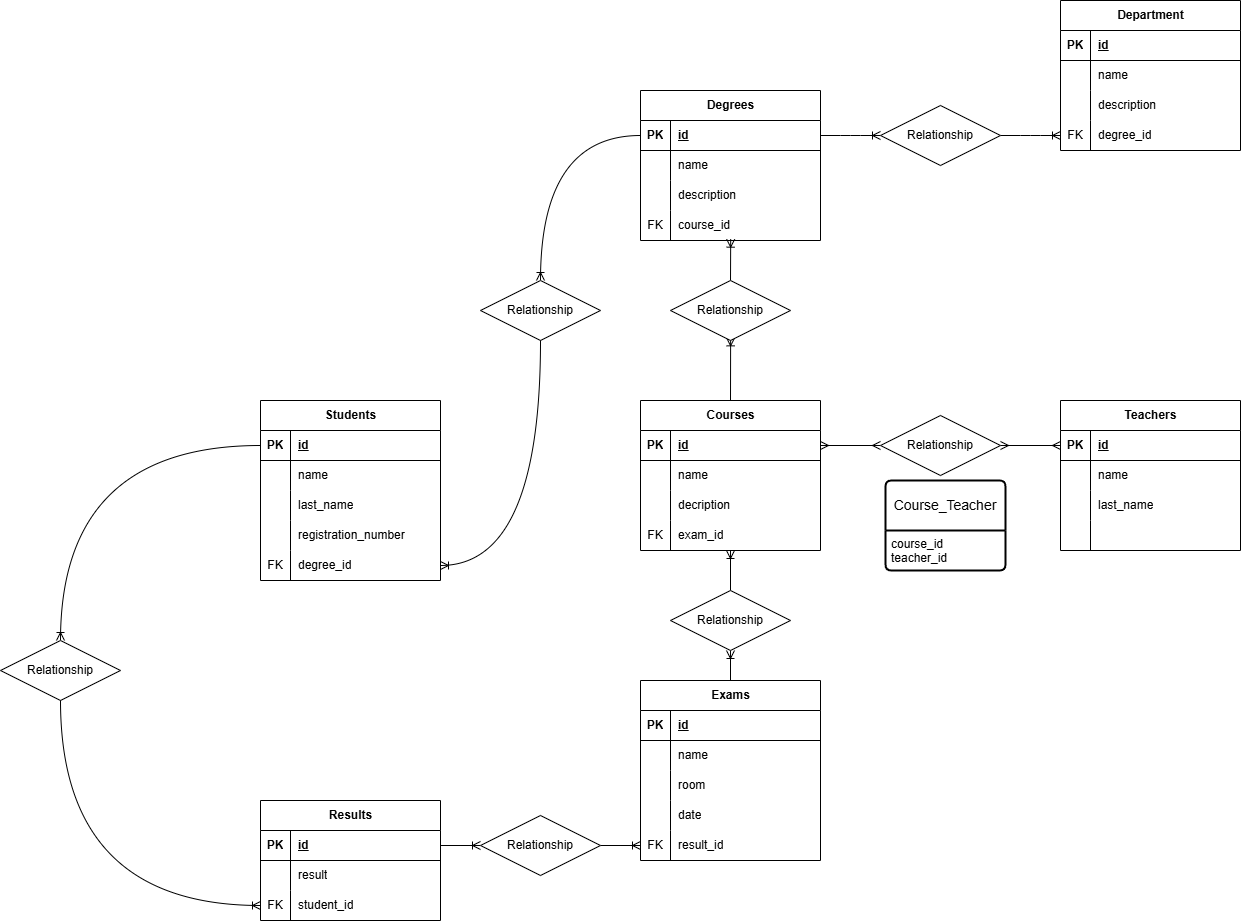
The draw.io diagram Diagram.png in Mattia-Giacobelli/db-university, before a commit. Source tidied: cells renumbered, new cells last; positions are measured from the earlier drawing's top-left corner, leaving out a move shared by most shapes.
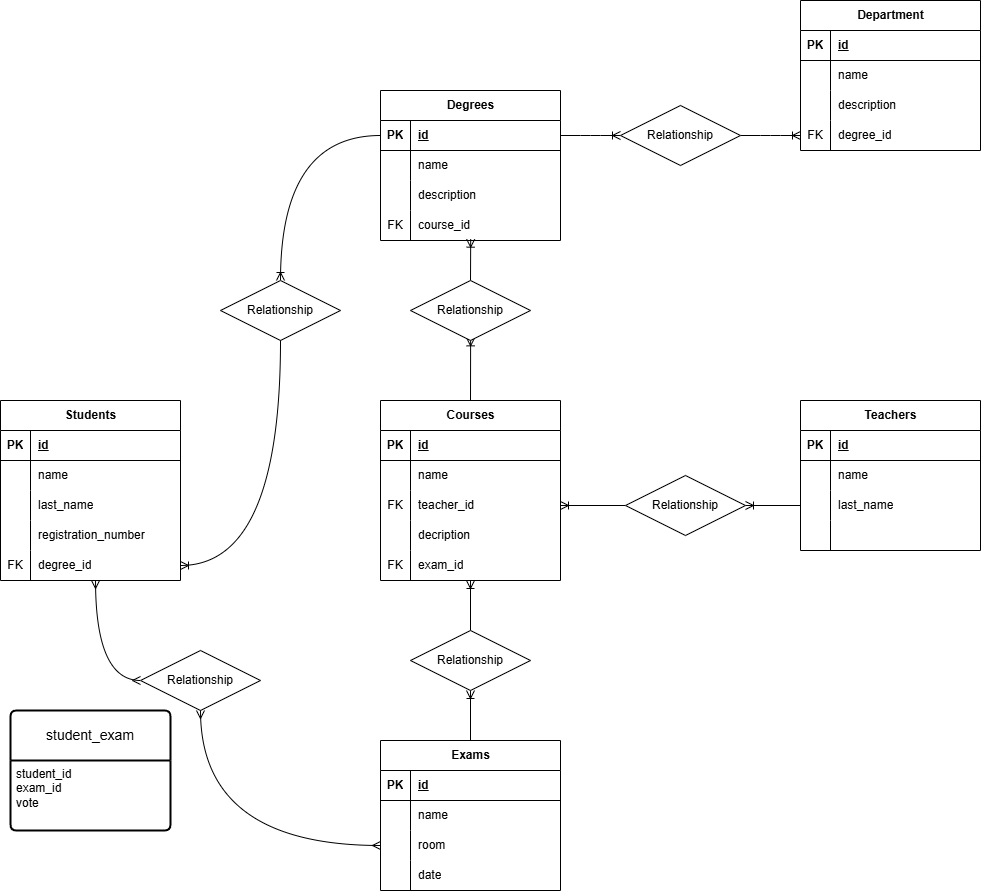
Above is the later version.

Commit message:
Change exams ad teacher relations

The edit, as a diff of the source:
```diff
@@ -81,7 +81,7 @@
       <mxGeometry x="30" width="150" height="30" as="geometry" />
     </mxCell>
     <mxCell id="28" value="Courses" style="shape=table;startSize=30;rowLines=0;fontStyle=1;align=center;html=1;" parent="1" vertex="1">
-      <mxGeometry x="640" y="400" width="180" height="150" as="geometry" />
+      <mxGeometry x="640" y="400" width="180" height="180" as="geometry" />
     </mxCell>
     <mxCell id="29" style="shape=tableRow;horizontal=0;startSize=0;swimlaneHead=0;swimlaneBody=0;fillColor=none;points=[[0,0.5],[1,0.5]];portConstraint=eastwest;top=0;left=0;right=0;bottom=1;" parent="28" vertex="1">
       <mxGeometry y="30" width="180" height="30" as="geometry" />
@@ -104,14 +104,23 @@
     <mxCell id="35" style="shape=tableRow;horizontal=0;startSize=0;swimlaneHead=0;swimlaneBody=0;fillColor=none;points=[[0,0.5],[1,0.5]];portConstraint=eastwest;top=0;left=0;right=0;bottom=0;" parent="28" vertex="1">
       <mxGeometry y="90" width="180" height="30" as="geometry" />
     </mxCell>
-    <mxCell id="36" style="shape=partialRectangle;fillColor=none;top=0;left=0;bottom=0;right=0;overflow=hidden;whiteSpace=wrap;html=1;" parent="35" vertex="1">
+    <mxCell id="36" value="FK" style="shape=partialRectangle;fillColor=none;top=0;left=0;bottom=0;right=0;overflow=hidden;whiteSpace=wrap;html=1;" parent="35" vertex="1">
       <mxGeometry width="30" height="30" as="geometry" />
     </mxCell>
-    <mxCell id="37" value="decription" style="shape=partialRectangle;fillColor=none;top=0;left=0;bottom=0;right=0;align=left;spacingLeft=6;overflow=hidden;whiteSpace=wrap;html=1;" parent="35" vertex="1">
+    <mxCell id="37" value="teacher_id" style="shape=partialRectangle;fillColor=none;top=0;left=0;bottom=0;right=0;align=left;spacingLeft=6;overflow=hidden;whiteSpace=wrap;html=1;" parent="35" vertex="1">
       <mxGeometry x="30" width="150" height="30" as="geometry" />
     </mxCell>
+    <mxCell id="119" style="shape=tableRow;horizontal=0;startSize=0;swimlaneHead=0;swimlaneBody=0;fillColor=none;top=0;left=0;right=0;bottom=0;" parent="28" vertex="1">
+      <mxGeometry y="120" width="180" height="30" as="geometry" />
+    </mxCell>
+    <mxCell id="91" style="shape=partialRectangle;fillColor=none;top=0;left=0;bottom=0;right=0;overflow=hidden;whiteSpace=wrap;html=1;" parent="119" vertex="1">
+      <mxGeometry width="30" height="30" as="geometry" />
+    </mxCell>
+    <mxCell id="120" value="decription" style="shape=partialRectangle;fillColor=none;top=0;left=0;bottom=0;right=0;align=left;spacingLeft=6;overflow=hidden;whiteSpace=wrap;html=1;" parent="119" vertex="1">
+      <mxGeometry x="30" width="150" height="30" as="geometry" />
+    </mxCell>
     <mxCell id="38" style="shape=tableRow;horizontal=0;startSize=0;swimlaneHead=0;swimlaneBody=0;fillColor=none;points=[[0,0.5],[1,0.5]];portConstraint=eastwest;top=0;left=0;right=0;bottom=0;" parent="28" vertex="1">
-      <mxGeometry y="120" width="180" height="30" as="geometry" />
+      <mxGeometry y="150" width="180" height="30" as="geometry" />
     </mxCell>
     <mxCell id="39" value="FK" style="shape=partialRectangle;fillColor=none;top=0;left=0;bottom=0;right=0;overflow=hidden;whiteSpace=wrap;html=1;" parent="38" vertex="1">
       <mxGeometry width="30" height="30" as="geometry" />
@@ -159,7 +168,7 @@
       <mxGeometry x="30" width="150" height="30" as="geometry" />
     </mxCell>
     <mxCell id="54" value="Exams" style="shape=table;startSize=30;rowLines=0;fontStyle=1;align=center;html=1;" parent="1" vertex="1">
-      <mxGeometry x="640" y="680" width="180" height="180" as="geometry" />
+      <mxGeometry x="640" y="740" width="180" height="150" as="geometry" />
     </mxCell>
     <mxCell id="55" style="shape=tableRow;horizontal=0;startSize=0;swimlaneHead=0;swimlaneBody=0;fillColor=none;top=0;left=0;right=0;bottom=1;" parent="54" vertex="1">
       <mxGeometry y="30" width="180" height="30" as="geometry" />
@@ -197,15 +206,6 @@
     <mxCell id="66" value="date" style="shape=partialRectangle;fillColor=none;top=0;left=0;bottom=0;right=0;align=left;spacingLeft=6;overflow=hidden;whiteSpace=wrap;html=1;" parent="64" vertex="1">
       <mxGeometry x="30" width="150" height="30" as="geometry" />
     </mxCell>
-    <mxCell id="67" style="shape=tableRow;horizontal=0;startSize=0;swimlaneHead=0;swimlaneBody=0;fillColor=none;points=[[0,0.5],[1,0.5]];portConstraint=eastwest;top=0;left=0;right=0;bottom=0;" parent="54" vertex="1">
-      <mxGeometry y="150" width="180" height="30" as="geometry" />
-    </mxCell>
-    <mxCell id="68" value="FK" style="shape=partialRectangle;fillColor=none;top=0;left=0;bottom=0;right=0;overflow=hidden;whiteSpace=wrap;html=1;" parent="67" vertex="1">
-      <mxGeometry width="30" height="30" as="geometry" />
-    </mxCell>
-    <mxCell id="69" value="result_id" style="shape=partialRectangle;fillColor=none;top=0;left=0;bottom=0;right=0;align=left;spacingLeft=6;overflow=hidden;whiteSpace=wrap;html=1;" parent="67" vertex="1">
-      <mxGeometry x="30" width="150" height="30" as="geometry" />
-    </mxCell>
     <mxCell id="70" value="Students" style="shape=table;startSize=30;rowLines=0;fontStyle=1;align=center;html=1;" parent="1" vertex="1">
       <mxGeometry x="260" y="400" width="180" height="180" as="geometry" />
     </mxCell>
@@ -254,42 +254,6 @@
     <mxCell id="85" value="degree_id" style="shape=partialRectangle;fillColor=none;top=0;left=0;bottom=0;right=0;align=left;spacingLeft=6;overflow=hidden;whiteSpace=wrap;html=1;" parent="83" vertex="1">
       <mxGeometry x="30" width="150" height="30" as="geometry" />
     </mxCell>
-    <mxCell id="86" value="Results" style="shape=table;startSize=30;rowLines=0;fontStyle=1;align=center;html=1;" parent="1" vertex="1">
-      <mxGeometry x="260" y="800" width="180" height="120" as="geometry" />
-    </mxCell>
-    <mxCell id="87" style="shape=tableRow;horizontal=0;startSize=0;swimlaneHead=0;swimlaneBody=0;fillColor=none;points=[[0,0.5],[1,0.5]];portConstraint=eastwest;top=0;left=0;right=0;bottom=1;" parent="86" vertex="1">
-      <mxGeometry y="30" width="180" height="30" as="geometry" />
-    </mxCell>
-    <mxCell id="88" value="PK" style="shape=partialRectangle;fillColor=none;top=0;left=0;bottom=0;right=0;fontStyle=1;overflow=hidden;whiteSpace=wrap;html=1;" parent="87" vertex="1">
-      <mxGeometry width="30" height="30" as="geometry" />
-    </mxCell>
-    <mxCell id="89" value="id" style="shape=partialRectangle;fillColor=none;top=0;left=0;bottom=0;right=0;align=left;spacingLeft=6;fontStyle=5;overflow=hidden;whiteSpace=wrap;html=1;" parent="87" vertex="1">
-      <mxGeometry x="30" width="150" height="30" as="geometry" />
-    </mxCell>
-    <mxCell id="90" style="shape=tableRow;horizontal=0;startSize=0;swimlaneHead=0;swimlaneBody=0;fillColor=none;top=0;left=0;right=0;bottom=0;" parent="86" vertex="1">
-      <mxGeometry y="60" width="180" height="30" as="geometry" />
-    </mxCell>
-    <mxCell id="91" style="shape=partialRectangle;fillColor=none;top=0;left=0;bottom=0;right=0;overflow=hidden;whiteSpace=wrap;html=1;" parent="90" vertex="1">
-      <mxGeometry width="30" height="30" as="geometry" />
-    </mxCell>
-    <mxCell id="92" value="result" style="shape=partialRectangle;fillColor=none;top=0;left=0;bottom=0;right=0;align=left;spacingLeft=6;overflow=hidden;whiteSpace=wrap;html=1;" parent="90" vertex="1">
-      <mxGeometry x="30" width="150" height="30" as="geometry" />
-    </mxCell>
-    <mxCell id="93" style="shape=tableRow;horizontal=0;startSize=0;swimlaneHead=0;swimlaneBody=0;fillColor=none;points=[[0,0.5],[1,0.5]];portConstraint=eastwest;top=0;left=0;right=0;bottom=0;" parent="86" vertex="1">
-      <mxGeometry y="90" width="180" height="30" as="geometry" />
-    </mxCell>
-    <mxCell id="94" value="FK" style="shape=partialRectangle;fillColor=none;top=0;left=0;bottom=0;right=0;overflow=hidden;whiteSpace=wrap;html=1;" parent="93" vertex="1">
-      <mxGeometry width="30" height="30" as="geometry" />
-    </mxCell>
-    <mxCell id="95" value="student_id" style="shape=partialRectangle;fillColor=none;top=0;left=0;bottom=0;right=0;align=left;spacingLeft=6;overflow=hidden;whiteSpace=wrap;html=1;" parent="93" vertex="1">
-      <mxGeometry x="30" width="150" height="30" as="geometry" />
-    </mxCell>
-    <mxCell id="96" value="Course_Teacher" style="swimlane;horizontal=1;startSize=50;rounded=1;fontSize=14;fontStyle=0;strokeWidth=2;shadow=0;dashed=0;align=center;arcSize=4;whiteSpace=wrap;html=1;" parent="1" vertex="1">
-      <mxGeometry x="885" y="480" width="120" height="90" as="geometry" />
-    </mxCell>
-    <mxCell id="97" value="course_id&lt;br&gt;teacher_id" style="align=left;strokeColor=none;fillColor=none;spacingLeft=4;fontSize=12;verticalAlign=top;html=1;" parent="96" vertex="1">
-      <mxGeometry y="50" width="120" height="40" as="geometry" />
-    </mxCell>
     <mxCell id="98" style="fontSize=12;html=1;endArrow=ERoneToMany;exitX=0.5;exitY=0;exitDx=0;exitDy=0;entryX=0.501;entryY=0.956;entryDx=0;entryDy=0;entryPerimeter=0;" parent="1" edge="1" source="100" target="25">
       <mxGeometry relative="1" as="geometry" />
     </mxCell>
@@ -309,26 +273,8 @@
       <mxGeometry relative="1" as="geometry" />
     </mxCell>
     <mxCell id="104" value="Relationship" style="shape=rhombus;perimeter=rhombusPerimeter;whiteSpace=wrap;html=1;align=center;" parent="1" vertex="1">
-      <mxGeometry x="670" y="590" width="120" height="60" as="geometry" />
+      <mxGeometry x="670" y="630" width="120" height="60" as="geometry" />
     </mxCell>
-    <mxCell id="105" style="fontSize=12;html=1;endArrow=ERmany;startArrow=ERmany;exitX=1;exitY=0.5;exitDx=0;exitDy=0;entryX=0;entryY=0.5;entryDx=0;entryDy=0;" parent="1" edge="1" source="107" target="42">
-      <mxGeometry relative="1" as="geometry" />
-    </mxCell>
-    <mxCell id="106" style="fontSize=12;html=1;endArrow=ERmany;startArrow=ERmany;exitX=1;exitY=0.5;exitDx=0;exitDy=0;entryX=0;entryY=0.5;entryDx=0;entryDy=0;" parent="1" edge="1" source="29" target="107">
-      <mxGeometry relative="1" as="geometry" />
-    </mxCell>
-    <mxCell id="107" value="Relationship" style="shape=rhombus;perimeter=rhombusPerimeter;whiteSpace=wrap;html=1;align=center;" parent="1" vertex="1">
-      <mxGeometry x="880" y="415" width="120" height="60" as="geometry" />
-    </mxCell>
-    <mxCell id="108" style="edgeStyle=entityRelationEdgeStyle;fontSize=12;html=1;endArrow=ERoneToMany;exitX=1;exitY=0.5;exitDx=0;exitDy=0;entryX=0;entryY=0.5;entryDx=0;entryDy=0;" parent="1" edge="1" source="110" target="67">
-      <mxGeometry relative="1" as="geometry" />
-    </mxCell>
-    <mxCell id="109" style="edgeStyle=entityRelationEdgeStyle;fontSize=12;html=1;endArrow=ERoneToMany;exitX=1;exitY=0.5;exitDx=0;exitDy=0;entryX=0;entryY=0.5;entryDx=0;entryDy=0;" parent="1" edge="1" source="87" target="110">
-      <mxGeometry relative="1" as="geometry" />
-    </mxCell>
-    <mxCell id="110" value="Relationship" style="shape=rhombus;perimeter=rhombusPerimeter;whiteSpace=wrap;html=1;align=center;" parent="1" vertex="1">
-      <mxGeometry x="480" y="815" width="120" height="60" as="geometry" />
-    </mxCell>
     <mxCell id="111" style="fontSize=12;html=1;endArrow=ERoneToMany;exitX=0.5;exitY=1;exitDx=0;exitDy=0;entryX=1;entryY=0.5;entryDx=0;entryDy=0;edgeStyle=orthogonalEdgeStyle;curved=1;" parent="1" edge="1" source="113" target="83">
       <mxGeometry relative="1" as="geometry" />
     </mxCell>
@@ -344,14 +290,29 @@
     <mxCell id="115" value="Relationship" style="shape=rhombus;perimeter=rhombusPerimeter;whiteSpace=wrap;html=1;align=center;" parent="1" vertex="1">
       <mxGeometry x="880" y="105" width="120" height="60" as="geometry" />
     </mxCell>
-    <mxCell id="116" style="fontSize=12;html=1;endArrow=ERoneToMany;exitX=0.5;exitY=1;exitDx=0;exitDy=0;entryX=0;entryY=0.5;entryDx=0;entryDy=0;edgeStyle=orthogonalEdgeStyle;curved=1;" parent="1" edge="1" source="118" target="93">
-      <mxGeometry relative="1" as="geometry" />
-    </mxCell>
-    <mxCell id="117" style="fontSize=12;html=1;endArrow=ERoneToMany;exitX=0;exitY=0.5;exitDx=0;exitDy=0;entryX=0.5;entryY=0;entryDx=0;entryDy=0;edgeStyle=orthogonalEdgeStyle;curved=1;" parent="1" edge="1" source="71" target="118">
-      <mxGeometry relative="1" as="geometry" />
+    <mxCell id="117" value="student_exam" style="swimlane;horizontal=1;startSize=50;rounded=1;fontSize=14;fontStyle=0;strokeWidth=2;shadow=0;dashed=0;align=center;arcSize=4;whiteSpace=wrap;html=1;" parent="1" vertex="1">
+      <mxGeometry x="270" y="710" width="160" height="120" as="geometry" />
     </mxCell>
-    <mxCell id="118" value="Relationship" style="shape=rhombus;perimeter=rhombusPerimeter;whiteSpace=wrap;html=1;align=center;" parent="1" vertex="1">
-      <mxGeometry y="640" width="120" height="60" as="geometry" />
-    </mxCell>
+    <mxCell id="121" value="student_id&lt;br&gt;exam_id&lt;div&gt;vote&lt;/div&gt;" style="align=left;strokeColor=none;fillColor=none;spacingLeft=4;fontSize=12;verticalAlign=top;html=1;" parent="117" vertex="1">
+      <mxGeometry y="50" width="160" height="70" as="geometry" />
+    </mxCell>
+    <mxCell id="122" style="fontSize=12;html=1;endArrow=ERmany;startArrow=ERmany;exitX=0;exitY=0.5;exitDx=0;exitDy=0;edgeStyle=orthogonalEdgeStyle;curved=1;entryX=0.528;entryY=1;entryDx=0;entryDy=0;entryPerimeter=0;" parent="1" edge="1" source="124" target="83">
+      <mxGeometry relative="1" as="geometry" />
+    </mxCell>
+    <mxCell id="123" style="fontSize=12;html=1;endArrow=ERmany;startArrow=ERmany;exitX=0;exitY=0.5;exitDx=0;exitDy=0;entryX=0.5;entryY=1;entryDx=0;entryDy=0;edgeStyle=orthogonalEdgeStyle;curved=1;" parent="1" edge="1" source="61" target="124">
+      <mxGeometry relative="1" as="geometry" />
+    </mxCell>
+    <mxCell id="124" value="Relationship" style="shape=rhombus;perimeter=rhombusPerimeter;whiteSpace=wrap;html=1;align=center;" parent="1" vertex="1">
+      <mxGeometry x="400" y="650" width="120" height="60" as="geometry" />
+    </mxCell>
+    <mxCell id="125" style="fontSize=12;html=1;endArrow=ERoneToMany;exitX=0;exitY=0.5;exitDx=0;exitDy=0;entryX=1;entryY=0.5;entryDx=0;entryDy=0;" parent="1" edge="1" source="127" target="35">
+      <mxGeometry relative="1" as="geometry" />
+    </mxCell>
+    <mxCell id="126" style="fontSize=12;html=1;endArrow=ERoneToMany;exitX=0;exitY=0.5;exitDx=0;exitDy=0;entryX=1;entryY=0.5;entryDx=0;entryDy=0;" parent="1" edge="1" source="48" target="127">
+      <mxGeometry relative="1" as="geometry" />
+    </mxCell>
+    <mxCell id="127" value="Relationship" style="shape=rhombus;perimeter=rhombusPerimeter;whiteSpace=wrap;html=1;align=center;" parent="1" vertex="1">
+      <mxGeometry x="885" y="475" width="120" height="60" as="geometry" />
+    </mxCell>
   </root>
 </mxGraphModel>
```
